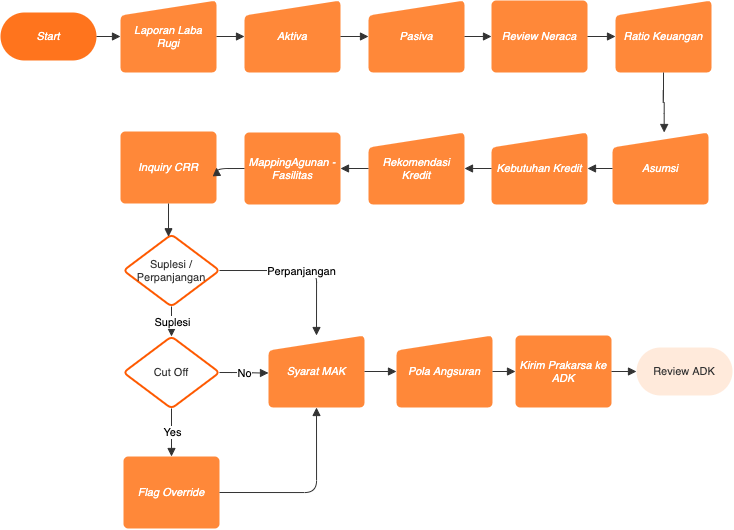
The draw.io diagram suplesi_perpanjangan_web-prakarsa suplesi perpanjangan web.png in icdelight/flowchart, before a commit. Source tidied: cells renumbered, new cells last; positions are measured from the earlier drawing's top-left corner, leaving out a move shared by most shapes.
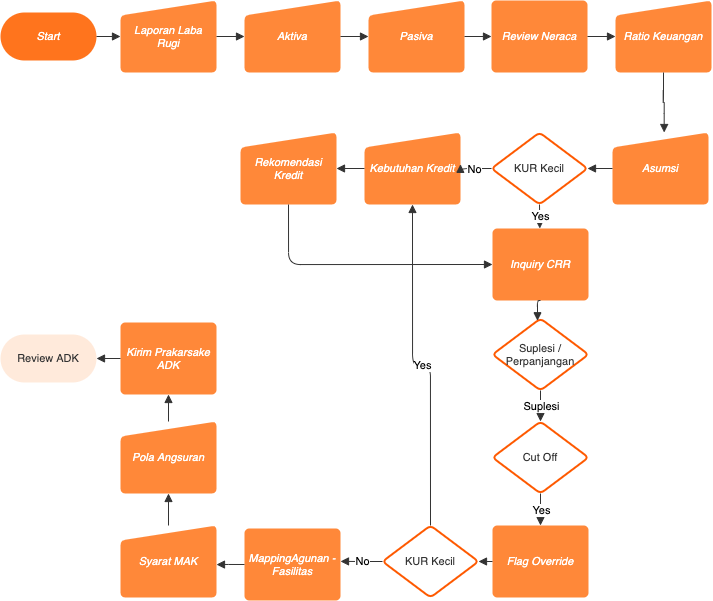
Later version of the same file.

Diff of the diagram source:
```diff
@@ -9,10 +9,10 @@
       <mxGeometry x="120" width="96" height="72" as="geometry" />
     </mxCell>
     <mxCell id="4" value="Cut Off" style="html=1;whiteSpace=wrap;rhombus;fontSize=11;fontColor=#333333;spacing=3;strokeColor=#fe5900;strokeOpacity=100;rounded=1;absoluteArcSize=1;arcSize=9.6;strokeWidth=2;" parent="1" vertex="1">
-      <mxGeometry x="123" y="336" width="96" height="72" as="geometry" />
+      <mxGeometry x="492" y="421" width="96" height="72" as="geometry" />
     </mxCell>
     <mxCell id="5" value="Review ADK" style="html=1;whiteSpace=wrap;rounded=1;arcSize=50;fontSize=11;fontColor=#333333;spacing=3;strokeOpacity=0;fillOpacity=100;fillColor=#ffeadb;" parent="1" vertex="1">
-      <mxGeometry x="636" y="347" width="96" height="48" as="geometry" />
+      <mxGeometry y="334" width="96" height="48" as="geometry" />
     </mxCell>
     <mxCell id="6" value="Review Neraca" style="html=1;whiteSpace=wrap;fontSize=11;fontColor=#ffffff;fontStyle=2;spacing=3;strokeOpacity=0;fillOpacity=100;rounded=1;absoluteArcSize=1;arcSize=9.6;fillColor=#ff8839;" parent="1" vertex="1">
       <mxGeometry x="491" width="96" height="72" as="geometry" />
@@ -30,28 +30,28 @@
       <mxGeometry x="612" y="132" width="96" height="72" as="geometry" />
     </mxCell>
     <mxCell id="11" value="Kebutuhan Kredit" style="html=1;whiteSpace=wrap;shape=manualInput;size=15;fontSize=11;fontColor=#ffffff;fontStyle=2;spacing=3;strokeOpacity=0;fillOpacity=100;rounded=1;absoluteArcSize=1;arcSize=9.6;fillColor=#ff8839;" parent="1" vertex="1">
-      <mxGeometry x="491" y="132" width="96" height="72" as="geometry" />
+      <mxGeometry x="364" y="132" width="96" height="72" as="geometry" />
     </mxCell>
     <mxCell id="12" value="Rekomendasi Kredit" style="html=1;whiteSpace=wrap;shape=manualInput;size=15;fontSize=11;fontColor=#ffffff;fontStyle=2;spacing=3;strokeOpacity=0;fillOpacity=100;rounded=1;absoluteArcSize=1;arcSize=9.6;fillColor=#ff8839;" parent="1" vertex="1">
-      <mxGeometry x="368" y="132" width="96" height="72" as="geometry" />
+      <mxGeometry x="240" y="132" width="96" height="72" as="geometry" />
     </mxCell>
     <mxCell id="13" value="Syarat MAK" style="html=1;whiteSpace=wrap;shape=manualInput;size=15;fontSize=11;fontColor=#ffffff;fontStyle=2;spacing=3;strokeOpacity=0;fillOpacity=100;rounded=1;absoluteArcSize=1;arcSize=9.6;fillColor=#ff8839;" parent="1" vertex="1">
-      <mxGeometry x="268" y="335" width="96" height="72" as="geometry" />
+      <mxGeometry x="120" y="525" width="96" height="72" as="geometry" />
     </mxCell>
     <mxCell id="14" value="Pola Angsuran" style="html=1;whiteSpace=wrap;shape=manualInput;size=15;fontSize=11;fontColor=#ffffff;fontStyle=2;spacing=3;strokeOpacity=0;fillOpacity=100;rounded=1;absoluteArcSize=1;arcSize=9.6;fillColor=#ff8839;" parent="1" vertex="1">
-      <mxGeometry x="396" y="335" width="96" height="72" as="geometry" />
+      <mxGeometry x="120" y="421" width="96" height="72" as="geometry" />
     </mxCell>
     <mxCell id="15" value="Mapping Agunan - Fasilitas" style="html=1;whiteSpace=wrap;fontSize=11;fontColor=#ffffff;fontStyle=2;spacing=3;strokeOpacity=0;fillOpacity=100;rounded=1;absoluteArcSize=1;arcSize=9.6;fillColor=#ff8839;" parent="1" vertex="1">
-      <mxGeometry x="244" y="132" width="96" height="72" as="geometry" />
+      <mxGeometry x="244" y="528" width="96" height="72" as="geometry" />
     </mxCell>
-    <mxCell id="16" value="Kirim Prakarsa  ke ADK" style="html=1;whiteSpace=wrap;fontSize=11;fontColor=#ffffff;fontStyle=2;spacing=3;strokeOpacity=0;fillOpacity=100;rounded=1;absoluteArcSize=1;arcSize=9.6;fillColor=#ff8839;" parent="1" vertex="1">
-      <mxGeometry x="515" y="335" width="96" height="72" as="geometry" />
+    <mxCell id="16" value="Kirim Prakarsa ke ADK" style="html=1;whiteSpace=wrap;fontSize=11;fontColor=#ffffff;fontStyle=2;spacing=3;strokeOpacity=0;fillOpacity=100;rounded=1;absoluteArcSize=1;arcSize=9.6;fillColor=#ff8839;" parent="1" vertex="1">
+      <mxGeometry x="120" y="322" width="96" height="72" as="geometry" />
     </mxCell>
     <mxCell id="17" value="Inquiry CRR" style="html=1;whiteSpace=wrap;fontSize=11;fontColor=#ffffff;fontStyle=2;spacing=3;strokeOpacity=0;fillOpacity=100;rounded=1;absoluteArcSize=1;arcSize=9.6;fillColor=#ff8839;" parent="1" vertex="1">
-      <mxGeometry x="120" y="131" width="96" height="72" as="geometry" />
+      <mxGeometry x="492" y="228" width="96" height="72" as="geometry" />
     </mxCell>
     <mxCell id="18" value="Flag Override" style="html=1;whiteSpace=wrap;fontSize=11;fontColor=#ffffff;fontStyle=2;spacing=3;strokeOpacity=0;fillOpacity=100;rounded=1;absoluteArcSize=1;arcSize=9.6;fillColor=#ff8839;" parent="1" vertex="1">
-      <mxGeometry x="123" y="456" width="96" height="72" as="geometry" />
+      <mxGeometry x="492" y="525" width="96" height="72" as="geometry" />
     </mxCell>
     <mxCell id="19" style="html=1;jettySize=18;fontSize=11;strokeColor=#333333;strokeOpacity=100;rounded=1;arcSize=24;edgeStyle=orthogonalEdgeStyle;startArrow=none;endArrow=block;endFill=1;exitX=1;exitY=0.5;exitPerimeter=1;entryX=0;entryY=0.5;entryPerimeter=1;" parent="1" edge="1" source="2" target="3">
       <mxGeometry relative="1" as="geometry" />
@@ -71,59 +71,77 @@
     <mxCell id="24" style="html=1;jettySize=18;fontSize=11;strokeColor=#333333;strokeOpacity=100;rounded=1;arcSize=24;edgeStyle=orthogonalEdgeStyle;startArrow=none;endArrow=block;endFill=1;exitX=0.5;exitY=1;exitPerimeter=1;entryX=0.5323276392671573;entryY=0.07763361157091246;entryPerimeter=1;" parent="1" edge="1" source="9" target="10">
       <mxGeometry relative="1" as="geometry" />
     </mxCell>
-    <mxCell id="25" style="html=1;jettySize=18;fontSize=11;strokeColor=#333333;strokeOpacity=100;rounded=1;arcSize=24;edgeStyle=orthogonalEdgeStyle;startArrow=none;endArrow=block;endFill=1;exitX=0;exitY=0.5;exitPerimeter=1;entryX=1;entryY=0.5;entryPerimeter=1;" parent="1" edge="1" source="10" target="11">
+    <mxCell id="25" style="html=1;jettySize=18;fontSize=11;strokeColor=#333333;strokeOpacity=100;rounded=1;arcSize=24;edgeStyle=orthogonalEdgeStyle;startArrow=none;endArrow=block;endFill=1;exitX=0;exitY=0.5;exitPerimeter=1;entryX=1;entryY=0.5;entryPerimeter=1;" parent="1" edge="1" source="11" target="12">
       <mxGeometry relative="1" as="geometry" />
     </mxCell>
-    <mxCell id="26" style="html=1;jettySize=18;fontSize=11;strokeColor=#333333;strokeOpacity=100;rounded=1;arcSize=24;edgeStyle=orthogonalEdgeStyle;startArrow=none;endArrow=block;endFill=1;exitX=0;exitY=0.5;exitPerimeter=1;entryX=1;entryY=0.5;entryPerimeter=1;" parent="1" edge="1" source="11" target="12">
-      <mxGeometry relative="1" as="geometry" />
+    <mxCell id="26" value="Suplesi / Perpanjangan" style="html=1;whiteSpace=wrap;rhombus;fontSize=11;fontColor=#333333;spacing=3;strokeColor=#fe5900;strokeOpacity=100;rounded=1;absoluteArcSize=1;arcSize=9.6;strokeWidth=2;" parent="1" vertex="1">
+      <mxGeometry x="492" y="318" width="96" height="72" as="geometry" />
     </mxCell>
-    <mxCell id="27" style="html=1;jettySize=18;fontSize=11;strokeColor=#333333;strokeOpacity=100;rounded=1;arcSize=24;edgeStyle=orthogonalEdgeStyle;startArrow=none;endArrow=block;endFill=1;exitX=0;exitY=0.5;exitPerimeter=1;entryX=1;entryY=0.5;entryPerimeter=1;" parent="1" edge="1" source="12" target="15">
+    <mxCell id="27" style="html=1;jettySize=18;fontSize=11;strokeColor=#333333;strokeOpacity=100;rounded=1;arcSize=24;edgeStyle=orthogonalEdgeStyle;startArrow=none;endArrow=block;endFill=1;exitX=0.5;exitY=1;exitPerimeter=1;entryX=0.46767236073284274;entryY=0.015217817979098195;entryPerimeter=1;" parent="1" edge="1" source="17" target="26">
       <mxGeometry relative="1" as="geometry" />
     </mxCell>
-    <mxCell id="28" style="html=1;jettySize=18;fontSize=11;strokeColor=#333333;strokeOpacity=100;rounded=1;arcSize=24;edgeStyle=orthogonalEdgeStyle;startArrow=none;endArrow=block;endFill=1;exitX=0;exitY=0.5;exitPerimeter=1;entryX=1;entryY=0.5;entryPerimeter=1;" parent="1" edge="1" source="15" target="17">
+    <mxCell id="28" style="html=1;jettySize=18;fontSize=11;fontColor=#333333;align=center;strokeColor=#333333;strokeOpacity=100;rounded=1;arcSize=24;edgeStyle=orthogonalEdgeStyle;startArrow=none;endArrow=block;endFill=1;exitX=0.5;exitY=0.9923865597372427;exitPerimeter=1;entryX=0.5;entryY=0.007613440262757424;entryPerimeter=1;" parent="1" edge="1" source="26" target="4">
       <mxGeometry relative="1" as="geometry" />
     </mxCell>
-    <mxCell id="29" style="html=1;jettySize=18;fontSize=11;strokeColor=#333333;strokeOpacity=100;rounded=1;arcSize=24;edgeStyle=orthogonalEdgeStyle;startArrow=none;endArrow=block;endFill=1;exitX=1;exitY=0.5;exitPerimeter=1;entryX=0;entryY=0.5;entryPerimeter=1;" parent="1" edge="1" source="13" target="14">
+    <mxCell id="29" value="Suplesi" style="text;html=1;labelBackgroundColor=#ffffff;align=center;verticalAlign=middle;fontSize=11;" parent="28" vertex="1">
       <mxGeometry relative="1" as="geometry" />
     </mxCell>
-    <mxCell id="30" style="html=1;jettySize=18;fontSize=11;strokeColor=#333333;strokeOpacity=100;rounded=1;arcSize=24;edgeStyle=orthogonalEdgeStyle;startArrow=none;endArrow=block;endFill=1;exitX=1;exitY=0.5;exitPerimeter=1;entryX=0;entryY=0.5;entryPerimeter=1;" parent="1" edge="1" source="14" target="16">
+    <mxCell id="30" style="html=1;jettySize=18;fontSize=11;fontColor=#333333;align=center;strokeColor=#333333;strokeOpacity=100;rounded=1;arcSize=24;edgeStyle=orthogonalEdgeStyle;startArrow=none;endArrow=block;endFill=1;exitX=0.5;exitY=0.9923865597372427;exitPerimeter=1;entryX=0.5;entryY=0;entryPerimeter=1;" parent="1" edge="1" source="4" target="18">
       <mxGeometry relative="1" as="geometry" />
     </mxCell>
-    <mxCell id="31" style="html=1;jettySize=18;fontSize=11;strokeColor=#333333;strokeOpacity=100;rounded=1;arcSize=24;edgeStyle=orthogonalEdgeStyle;startArrow=none;endArrow=block;endFill=1;exitX=1;exitY=0.5;exitPerimeter=1;entryX=0;entryY=0.5;entryPerimeter=1;" parent="1" edge="1" source="16" target="5">
+    <mxCell id="31" value="Yes" style="text;html=1;labelBackgroundColor=#ffffff;align=center;verticalAlign=middle;fontSize=11;" parent="30" vertex="1">
       <mxGeometry relative="1" as="geometry" />
     </mxCell>
-    <mxCell id="32" value="Suplesi / Perpanjangan" style="html=1;whiteSpace=wrap;rhombus;fontSize=11;fontColor=#333333;spacing=3;strokeColor=#fe5900;strokeOpacity=100;rounded=1;absoluteArcSize=1;arcSize=9.6;strokeWidth=2;" parent="1" vertex="1">
-      <mxGeometry x="123" y="234" width="96" height="72" as="geometry" />
+    <mxCell id="32" value="KUR Kecil" style="html=1;whiteSpace=wrap;rhombus;fontSize=11;fontColor=#333333;spacing=3;strokeColor=#fe5900;strokeOpacity=100;rounded=1;absoluteArcSize=1;arcSize=9.6;strokeWidth=2;" parent="1" vertex="1">
+      <mxGeometry x="491" y="132" width="96" height="72" as="geometry" />
     </mxCell>
-    <mxCell id="33" style="html=1;jettySize=18;fontSize=11;strokeColor=#333333;strokeOpacity=100;rounded=1;arcSize=24;edgeStyle=orthogonalEdgeStyle;startArrow=none;endArrow=block;endFill=1;exitX=0.5;exitY=1;exitPerimeter=1;entryX=0.46767236073284274;entryY=0.015217817979098195;entryPerimeter=1;" parent="1" edge="1" source="17" target="32">
+    <mxCell id="33" style="html=1;jettySize=18;fontSize=11;strokeColor=#333333;strokeOpacity=100;rounded=1;arcSize=24;edgeStyle=orthogonalEdgeStyle;startArrow=none;endArrow=block;endFill=1;exitX=0;exitY=0.5;exitPerimeter=1;entryX=0.9883891171243775;entryY=0.5;entryPerimeter=1;" parent="1" edge="1" source="10" target="32">
       <mxGeometry relative="1" as="geometry" />
     </mxCell>
-    <mxCell id="34" style="html=1;jettySize=18;fontSize=11;fontColor=#333333;align=center;strokeColor=#333333;strokeOpacity=100;rounded=1;arcSize=24;edgeStyle=orthogonalEdgeStyle;startArrow=none;endArrow=block;endFill=1;exitX=0.5;exitY=0.9923865597372427;exitPerimeter=1;entryX=0.5;entryY=0.007613440262757424;entryPerimeter=1;" parent="1" edge="1" source="32" target="4">
+    <mxCell id="34" style="html=1;jettySize=18;fontSize=11;fontColor=#333333;align=center;strokeColor=#333333;strokeOpacity=100;rounded=1;arcSize=24;edgeStyle=orthogonalEdgeStyle;startArrow=none;endArrow=block;endFill=1;exitX=0.5;exitY=0.9923865597372427;exitPerimeter=1;entryX=0.492995729450368;entryY=0;entryPerimeter=1;" parent="1" edge="1" source="32" target="17">
       <mxGeometry relative="1" as="geometry" />
     </mxCell>
-    <mxCell id="35" value="Suplesi" style="text;html=1;labelBackgroundColor=#ffffff;align=center;verticalAlign=middle;fontSize=11;" parent="34" vertex="1">
+    <mxCell id="35" value="Yes" style="text;html=1;labelBackgroundColor=#ffffff;align=center;verticalAlign=middle;fontSize=11;" parent="34" vertex="1">
       <mxGeometry relative="1" as="geometry" />
     </mxCell>
-    <mxCell id="36" style="html=1;jettySize=18;fontSize=11;fontColor=#333333;align=center;strokeColor=#333333;strokeOpacity=100;rounded=1;arcSize=24;edgeStyle=orthogonalEdgeStyle;startArrow=none;endArrow=block;endFill=1;exitX=0.5;exitY=0.9923865597372427;exitPerimeter=1;entryX=0.5;entryY=0;entryPerimeter=1;" parent="1" edge="1" source="4" target="18">
+    <mxCell id="36" style="html=1;jettySize=18;fontSize=11;fontColor=#333333;align=center;strokeColor=#333333;strokeOpacity=100;rounded=1;arcSize=24;edgeStyle=orthogonalEdgeStyle;startArrow=none;endArrow=block;endFill=1;exitX=0.011610882875622596;exitY=0.5;exitPerimeter=1;entryX=1;entryY=0.441809815631675;entryPerimeter=1;" parent="1" edge="1" source="32" target="11">
       <mxGeometry relative="1" as="geometry" />
     </mxCell>
-    <mxCell id="37" value="Yes" style="text;html=1;labelBackgroundColor=#ffffff;align=center;verticalAlign=middle;fontSize=11;" parent="36" vertex="1">
+    <mxCell id="37" value="No" style="text;html=1;labelBackgroundColor=#ffffff;align=center;verticalAlign=middle;fontSize=11;" parent="36" vertex="1">
       <mxGeometry relative="1" as="geometry" />
     </mxCell>
-    <mxCell id="38" style="html=1;jettySize=18;fontSize=11;strokeColor=#333333;strokeOpacity=100;rounded=1;arcSize=24;edgeStyle=orthogonalEdgeStyle;startArrow=none;endArrow=block;endFill=1;exitX=1;exitY=0.5;exitPerimeter=1;entryX=0.5;entryY=1;entryPerimeter=1;" parent="1" edge="1" source="18" target="13">
-      <mxGeometry relative="1" as="geometry" />
+    <mxCell id="38" value="KUR Kecil" style="html=1;whiteSpace=wrap;rhombus;fontSize=11;fontColor=#333333;spacing=3;strokeColor=#fe5900;strokeOpacity=100;rounded=1;absoluteArcSize=1;arcSize=9.6;strokeWidth=2;" parent="1" vertex="1">
+      <mxGeometry x="382" y="525" width="96" height="72" as="geometry" />
     </mxCell>
-    <mxCell id="39" style="html=1;jettySize=18;fontSize=11;fontColor=#333333;align=center;strokeColor=#333333;strokeOpacity=100;rounded=1;arcSize=24;edgeStyle=orthogonalEdgeStyle;startArrow=none;endArrow=block;endFill=1;exitX=0.9883891171243775;exitY=0.5;exitPerimeter=1;entryX=0;entryY=0.5204469214146931;entryPerimeter=1;" parent="1" edge="1" source="4" target="13">
+    <mxCell id="39" style="html=1;jettySize=18;fontSize=11;strokeColor=#333333;strokeOpacity=100;rounded=1;arcSize=24;edgeStyle=orthogonalEdgeStyle;startArrow=none;endArrow=block;endFill=1;exitX=0;exitY=0.5;exitPerimeter=1;entryX=0.9883891171243775;entryY=0.5;entryPerimeter=1;" parent="1" edge="1" source="18" target="38">
       <mxGeometry relative="1" as="geometry" />
     </mxCell>
-    <mxCell id="40" value="No" style="text;html=1;labelBackgroundColor=#ffffff;align=center;verticalAlign=middle;fontSize=11;" parent="39" vertex="1">
+    <mxCell id="40" style="html=1;jettySize=18;fontSize=11;fontColor=#333333;align=center;strokeColor=#333333;strokeOpacity=100;rounded=1;arcSize=24;edgeStyle=orthogonalEdgeStyle;startArrow=none;endArrow=block;endFill=1;exitX=0.5;exitY=0.007613440262757424;exitPerimeter=1;entryX=0.5;entryY=1;entryPerimeter=1;" parent="1" edge="1" source="38" target="11">
       <mxGeometry relative="1" as="geometry" />
     </mxCell>
-    <mxCell id="41" style="html=1;jettySize=18;fontSize=11;fontColor=#333333;align=center;strokeColor=#333333;strokeOpacity=100;rounded=1;arcSize=24;edgeStyle=orthogonalEdgeStyle;startArrow=none;endArrow=block;endFill=1;exitX=0.9883891171243775;exitY=0.4999999999999995;exitPerimeter=1;entryX=0.5;entryY=0.1;entryPerimeter=1;" parent="1" edge="1" source="32" target="13">
+    <mxCell id="41" value="Yes" style="text;html=1;labelBackgroundColor=#ffffff;align=center;verticalAlign=middle;fontSize=11;" parent="40" vertex="1">
       <mxGeometry relative="1" as="geometry" />
     </mxCell>
-    <mxCell id="42" value="Perpanjangan" style="text;html=1;labelBackgroundColor=#ffffff;align=center;verticalAlign=middle;fontSize=11;" parent="41" vertex="1">
+    <mxCell id="42" style="html=1;jettySize=18;fontSize=11;strokeColor=#333333;strokeOpacity=100;rounded=1;arcSize=24;edgeStyle=orthogonalEdgeStyle;startArrow=none;endArrow=block;endFill=1;exitX=0;exitY=0.5;exitPerimeter=1;entryX=1;entryY=0.542512716638051;entryPerimeter=1;" parent="1" edge="1" source="15" target="13">
       <mxGeometry relative="1" as="geometry" />
     </mxCell>
+    <mxCell id="43" style="html=1;jettySize=18;fontSize=11;strokeColor=#333333;strokeOpacity=100;rounded=1;arcSize=24;edgeStyle=orthogonalEdgeStyle;startArrow=none;endArrow=block;endFill=1;exitX=0.5;exitY=0.08299999999999995;exitPerimeter=1;entryX=0.5;entryY=1;entryPerimeter=1;" parent="1" edge="1" source="13" target="14">
+      <mxGeometry relative="1" as="geometry" />
+    </mxCell>
+    <mxCell id="44" style="html=1;jettySize=18;fontSize=11;strokeColor=#333333;strokeOpacity=100;rounded=1;arcSize=24;edgeStyle=orthogonalEdgeStyle;startArrow=none;endArrow=block;endFill=1;exitX=0.5;exitY=0.08299999999999995;exitPerimeter=1;entryX=0.5;entryY=1;entryPerimeter=1;" parent="1" edge="1" source="14" target="16">
+      <mxGeometry relative="1" as="geometry" />
+    </mxCell>
+    <mxCell id="45" style="html=1;jettySize=18;fontSize=11;strokeColor=#333333;strokeOpacity=100;rounded=1;arcSize=24;edgeStyle=orthogonalEdgeStyle;startArrow=none;endArrow=block;endFill=1;exitX=0;exitY=0.5;exitPerimeter=1;entryX=1;entryY=0.5;entryPerimeter=1;" parent="1" edge="1" source="16" target="5">
+      <mxGeometry relative="1" as="geometry" />
+    </mxCell>
+    <mxCell id="46" style="html=1;jettySize=18;fontSize=11;strokeColor=#333333;strokeOpacity=100;rounded=1;arcSize=24;edgeStyle=orthogonalEdgeStyle;startArrow=none;endArrow=block;endFill=1;exitX=0.5;exitY=1;exitPerimeter=1;entryX=0;entryY=0.5;entryPerimeter=1;" parent="1" edge="1" source="12" target="17">
+      <mxGeometry relative="1" as="geometry" />
+    </mxCell>
+    <mxCell id="47" style="html=1;jettySize=18;fontSize=11;fontColor=#333333;align=center;strokeColor=#333333;strokeOpacity=100;rounded=1;arcSize=24;edgeStyle=orthogonalEdgeStyle;startArrow=none;endArrow=block;endFill=1;exitX=0.011610882875622596;exitY=0.5;exitPerimeter=1;entryX=1;entryY=0.45748728336194894;entryPerimeter=1;" parent="1" edge="1" source="38" target="15">
+      <mxGeometry relative="1" as="geometry" />
+    </mxCell>
+    <mxCell id="48" value="No" style="text;html=1;labelBackgroundColor=#ffffff;align=center;verticalAlign=middle;fontSize=11;" parent="47" vertex="1">
+      <mxGeometry relative="1" as="geometry" />
+    </mxCell>
   </root>
 </mxGraphModel>
```
